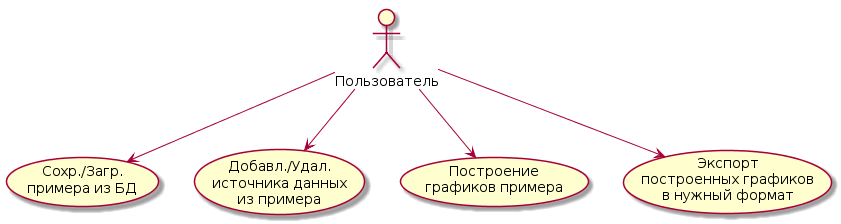
This is fig/userCaseDiagram.png from wandel812/crs2semMag, a PlantUML export, as it was before one commit.
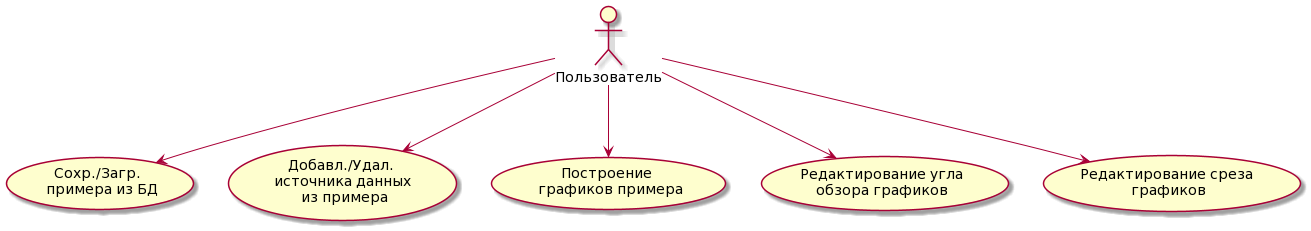
Above is the later version.

Change to the diagram source:
```diff
@@ -3,5 +3,6 @@
 user-->(Сохр./Загр. \n примера из БД)
 user-->(Добавл./Удал. \n источника данных \n из примера)
 user-->(Построение \n графиков примера)
-user-->(Экспорт \n построенных графиков \n в нужный формат)
+user-->(Редактирование угла\nобзора графиков)
+user-->(Редактирование среза \nграфиков)
 @enduml
```
